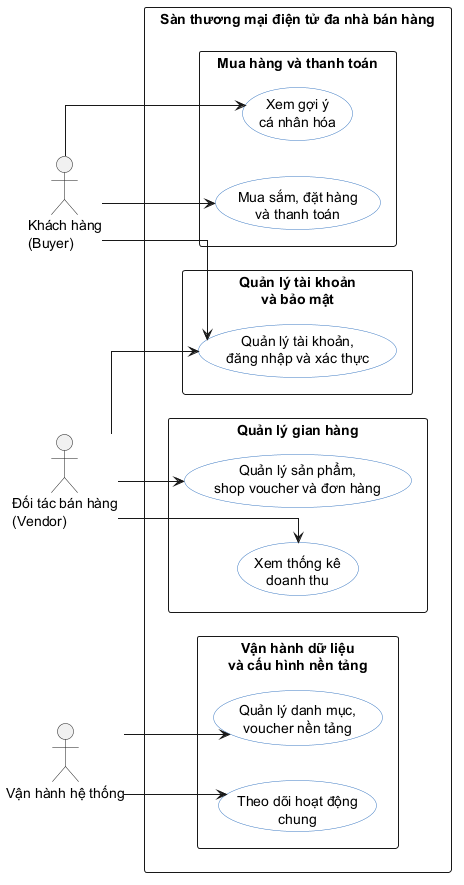
Above: report/Chuong/images/generated/general_use_case.png in kiwwi1/DATN (PlantUML), before the change. The source it was exported from:
```plantuml
@startuml
left to right direction
skinparam shadowing false
skinparam linetype ortho
skinparam packageStyle rectangle
skinparam usecase {
  BackgroundColor white
  BorderColor #3A78C2
}

actor "Khách hàng\n(Buyer)" as Buyer
actor "Đối tác bán hàng\n(Vendor)" as Vendor
actor "Vận hành hệ thống" as Ops

rectangle "Sàn thương mại điện tử đa nhà bán hàng" {
  package "Quản lý tài khoản\nvà bảo mật" {
    usecase "Quản lý tài khoản,\nđăng nhập và xác thực" as UC_Auth
  }

  package "Mua hàng và thanh toán" {
    usecase "Xem gợi ý\ncá nhân hóa" as UC_Rec
    usecase "Mua sắm, đặt hàng\nvà thanh toán" as UC_Shopping
  }

  package "Quản lý gian hàng" {
    usecase "Quản lý sản phẩm,\nshop voucher và đơn hàng" as UC_Merchant
    usecase "Xem thống kê\ndoanh thu" as UC_Stats
  }

  package "Vận hành dữ liệu\nvà cấu hình nền tảng" {
    usecase "Quản lý danh mục,\nvoucher nền tảng" as UC_OpsData
    usecase "Theo dõi hoạt động\nchung" as UC_Monitor
  }
}

UC_Auth -[hidden]right-> UC_Rec
UC_Rec -[hidden]right-> UC_Merchant
UC_Merchant -[hidden]right-> UC_OpsData
UC_Shopping -[hidden]right-> UC_Stats
UC_Stats -[hidden]right-> UC_Monitor

Buyer --> UC_Auth
Buyer --> UC_Rec
Buyer --> UC_Shopping

Vendor --> UC_Auth
Vendor --> UC_Merchant
Vendor --> UC_Stats

Ops --> UC_OpsData
Ops --> UC_Monitor

@enduml
```
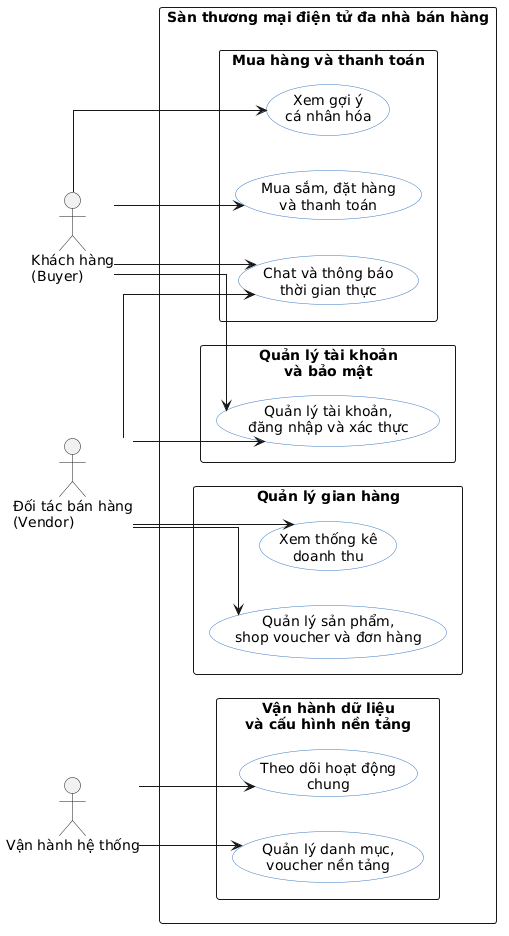
Above is the later version.

The edit, as a diff of the source:
```diff
@@ -20,6 +20,7 @@
   package "Mua hàng và thanh toán" {
     usecase "Xem gợi ý\ncá nhân hóa" as UC_Rec
     usecase "Mua sắm, đặt hàng\nvà thanh toán" as UC_Shopping
+    usecase "Chat và thông báo\nthời gian thực" as UC_Chat
   }
 
   package "Quản lý gian hàng" {
@@ -42,12 +43,13 @@
 Buyer --> UC_Auth
 Buyer --> UC_Rec
 Buyer --> UC_Shopping
+Buyer --> UC_Chat
 
 Vendor --> UC_Auth
 Vendor --> UC_Merchant
 Vendor --> UC_Stats
+Vendor --> UC_Chat
 
 Ops --> UC_OpsData
 Ops --> UC_Monitor
-
 @enduml
```
